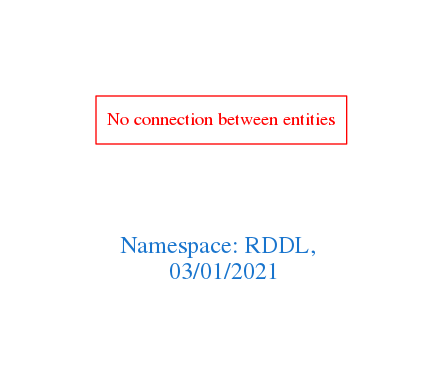
Earlier version of the Graphviz export downloads/RDDL.png (arago/OGIT). Its source is kept beside it as downloads/RDDL.dot.
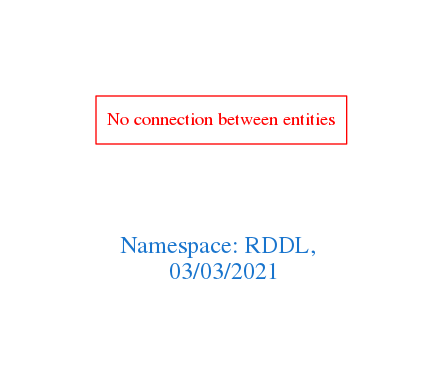
Above is the later version.

Diff of the diagram source:
```diff
@@ -1,7 +1,7 @@
 digraph OGIT_ontology {
  graph [ rankdir= LR,pad=1
 fontsize = 18,
-fontcolor= dodgerblue3,label = "\n\n\nNamespace: RDDL, \n 03/01/2021"];
+fontcolor= dodgerblue3,label = "\n\n\nNamespace: RDDL, \n 03/03/2021"];
 node[shape=polygon];
 edge [  color="gray81"];
 
```
